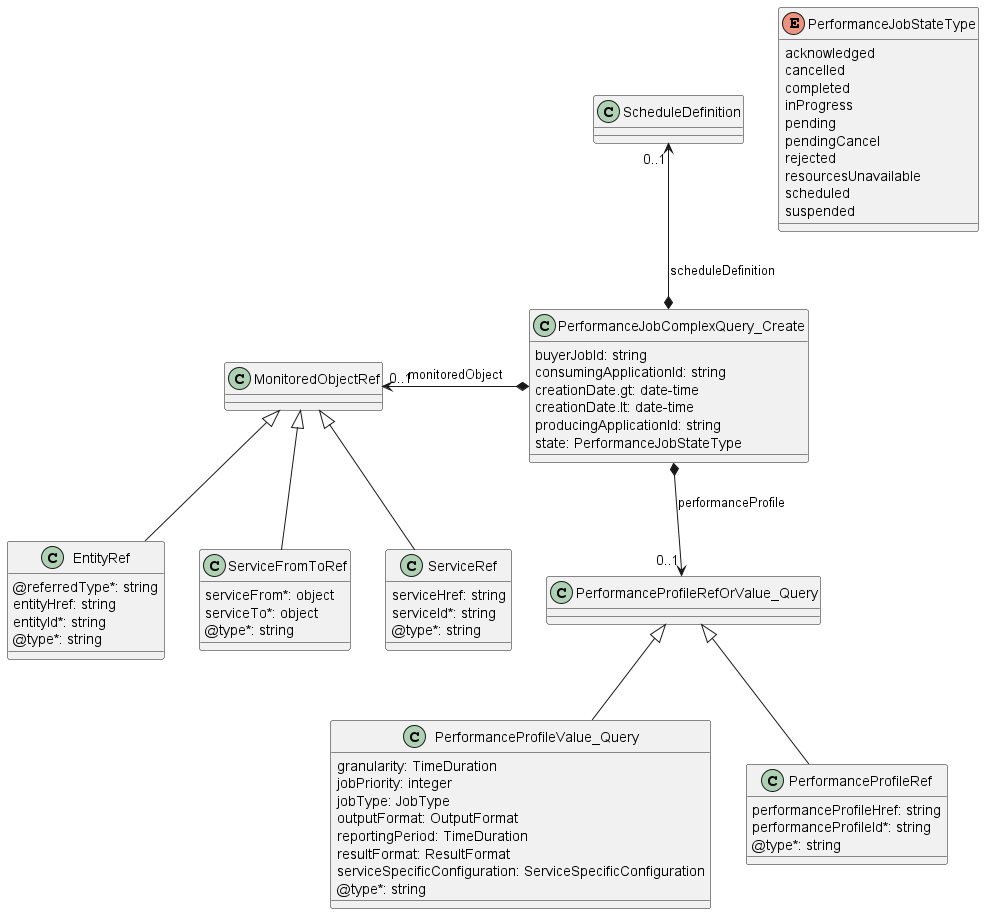
Earlier version of the PlantUML export documentation/serviceApi/pm/performance/media/performanceJobComplexQueryModel.png (MEF-GIT/MEF-LSO-Legato-SDK).
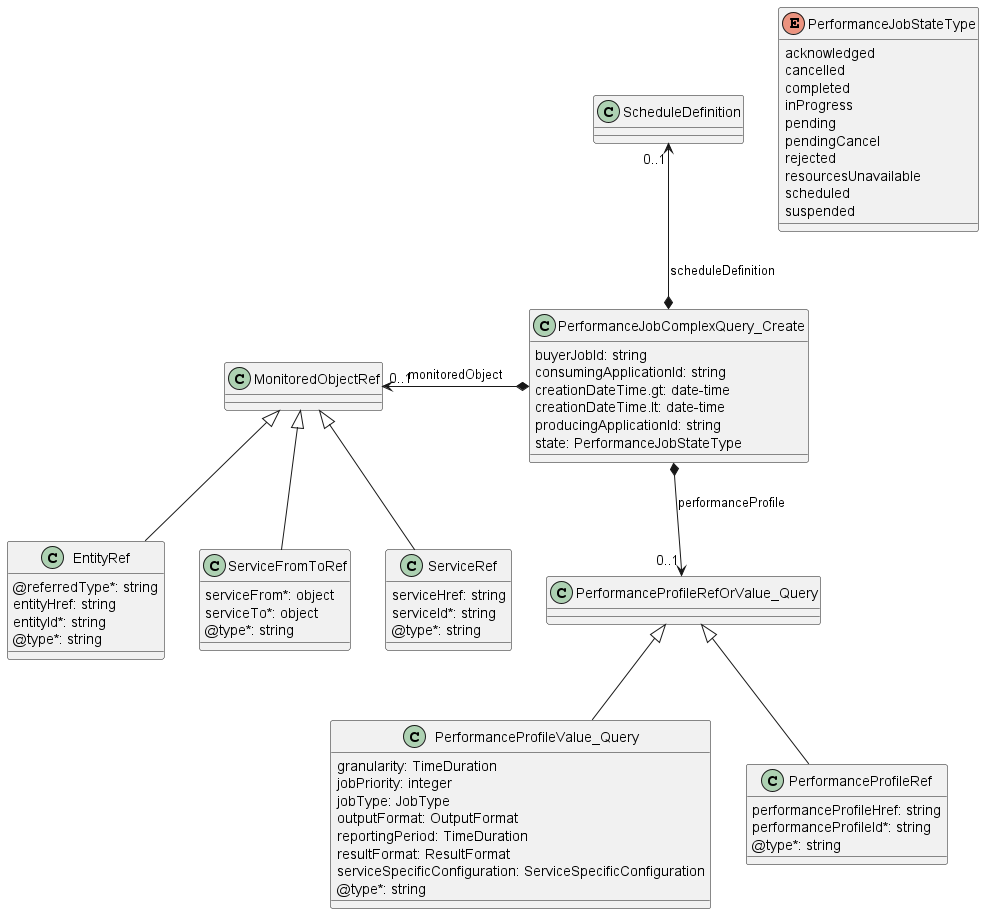
After the commit.

What changed in the source:
```diff
@@ -1,12 +1,10 @@
 @startuml performanceJobComplexQueryModel
 
-
 class PerformanceJobComplexQuery_Create {
-
     buyerJobId: string
     consumingApplicationId: string
-    creationDate.gt: date-time
-    creationDate.lt: date-time
+    creationDateTime.gt: date-time
+    creationDateTime.lt: date-time
     producingApplicationId: string
     state: PerformanceJobStateType
 }
@@ -20,7 +18,6 @@
 }
 
 class PerformanceProfileValue_Query {
-
     granularity: TimeDuration
     jobPriority: integer
     jobType: JobType
@@ -32,7 +29,6 @@
 }
 
 class PerformanceProfileRef {
-
     performanceProfileHref: string
     performanceProfileId*: string
     @type*: string
@@ -42,7 +38,6 @@
 PerformanceProfileRefOrValue_Query <|-- PerformanceProfileValue_Query
 
 enum PerformanceJobStateType {
-
     acknowledged
     cancelled
     completed
@@ -60,7 +55,6 @@
 }
 
 class EntityRef {
-
     @referredType*: string
     entityHref: string
     entityId*: string
@@ -68,16 +62,12 @@
 }
 
 class ServiceFromToRef {
-
     serviceFrom*: object
     serviceTo*: object
     @type*: string
 }
 
-
-
 class ServiceRef {
-
     serviceHref: string
     serviceId*: string
     @type*: string
```
